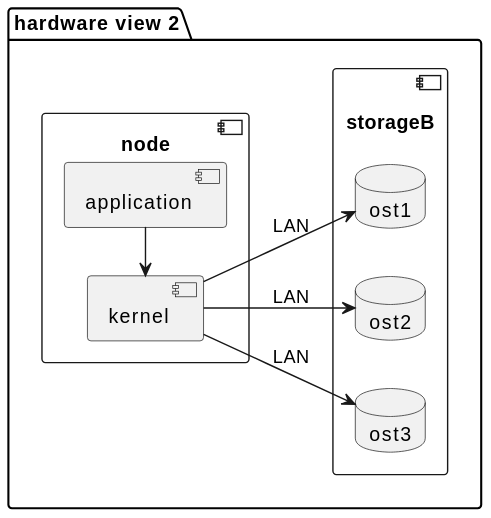
The PlantUML diagram doc/figures/hardware-view2.svg in NCAS-CMS/PyActiveStorage, before a commit.
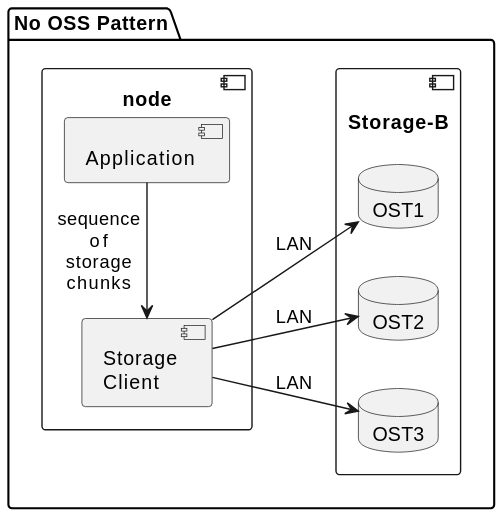
After the commit.

What changed in the source:
```diff
@@ -1,21 +1,21 @@
 @startuml
-package "hardware view 2" {
+package "No OSS Pattern" {
     left to right direction
 
-    component "\nstorageB\n" {
-        database ost3
-        database ost2
-        database ost1
+    component "\nStorage-B\n" {
+        database OST3
+        database OST2
+        database OST1
     }
 
     component node {
-        component application
-        component kernel
-        kernel <- application
+        component Application
+        component "Storage\nClient" as kernel
+        kernel <- Application: sequence\nof\nstorage\nchunks
     }
-    kernel --> ost1: LAN
-    kernel --> ost2: LAN
-    kernel --> ost3: LAN
+    kernel --> OST1: LAN
+    kernel --> OST2: LAN
+    kernel --> OST3: LAN
 
 }
 @enduml
```
